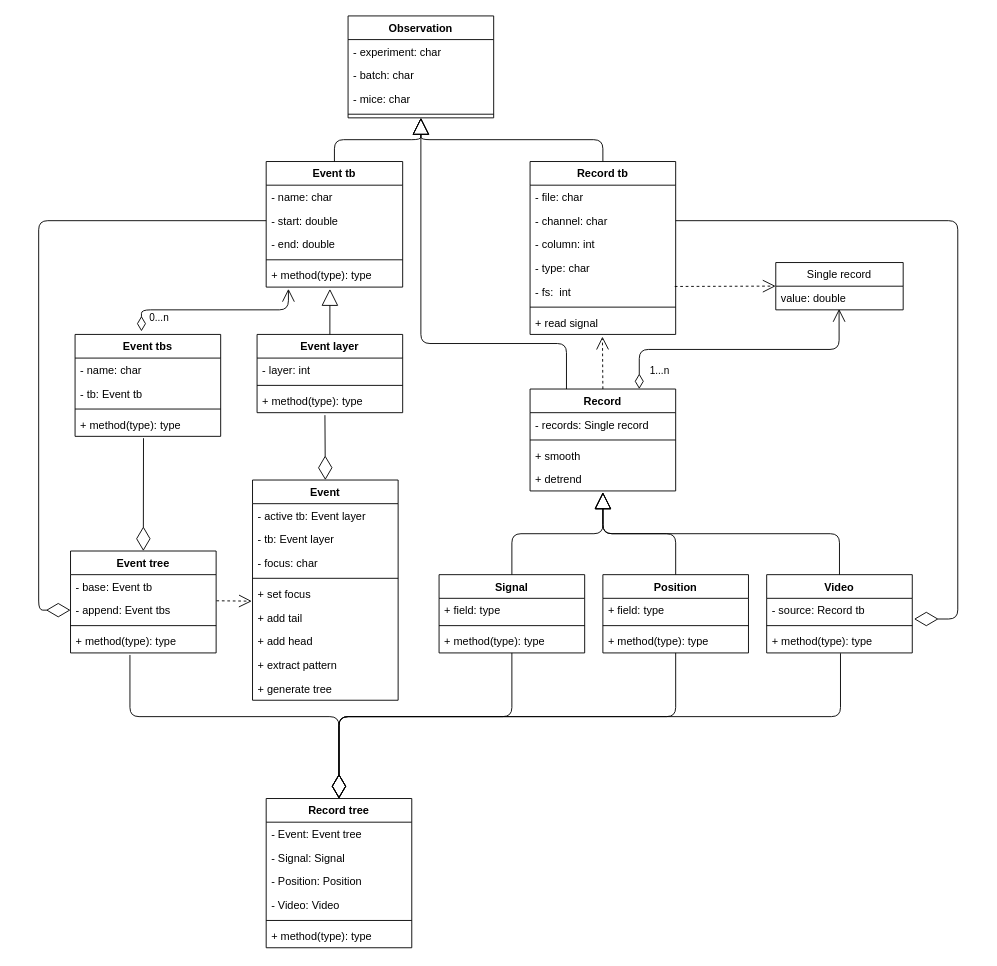
The draw.io diagram design/casignal2 Diagram.drawio in c57bl/caSignal2, before the edit. Source tidied: cells renumbered, new cells numbered last; positions are measured from the earlier drawing's top-left corner, leaving out a move shared by most shapes. Both pictures are drawn from the tidied source at 91%, with x=0, y=0 at pixel (38, 15).
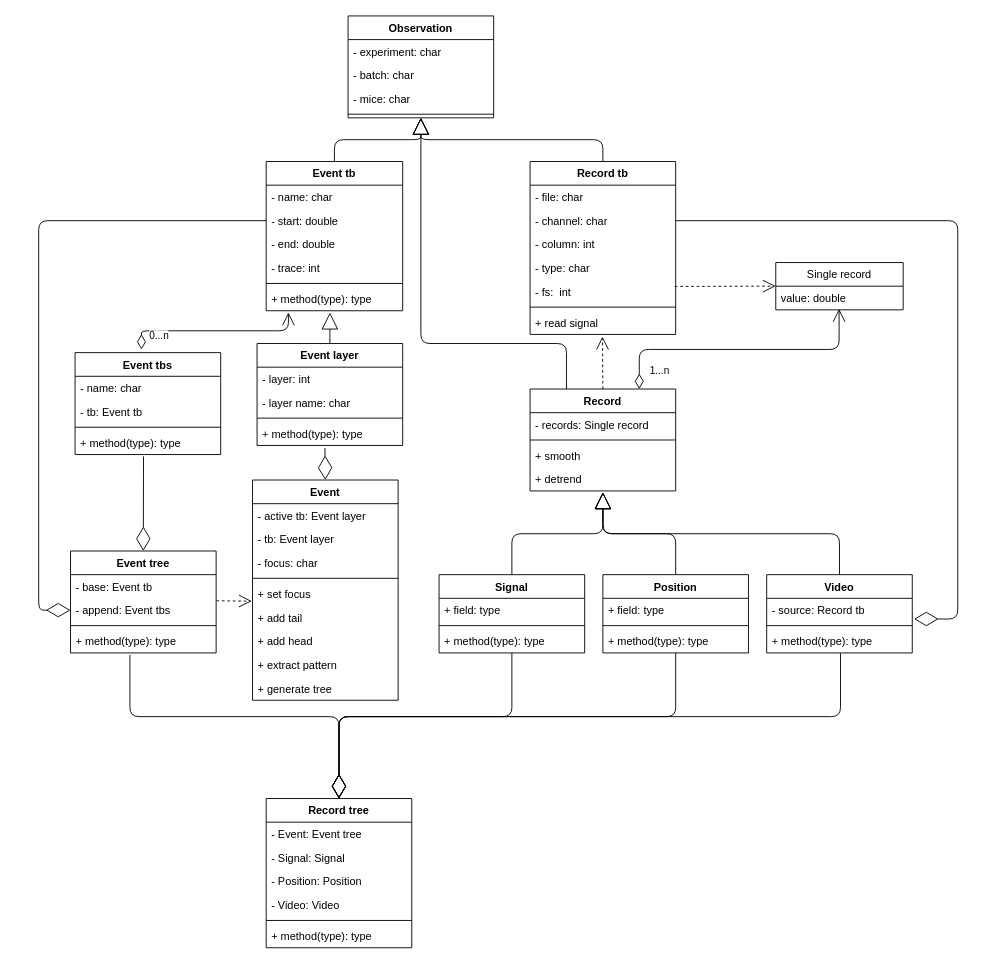
The same page after the edit.

The edit, as a diff of the source:
```diff
@@
     <mxCell id="7" value="Event tb" style="swimlane;fontStyle=1;align=center;verticalAlign=top;horizontal=1;startSize=26;" parent="1" vertex="1">
-      <mxGeometry x="250" y="160" width="150" height="138" as="geometry" />
+      <mxGeometry x="250" y="160" width="150" height="164" as="geometry" />
     </mxCell>
@@
+    <mxCell id="91" value="- trace: int" style="text;strokeColor=none;fillColor=none;align=left;verticalAlign=top;spacingLeft=4;spacingRight=4;overflow=hidden;" parent="7" vertex="1">
+      <mxGeometry y="104" width="150" height="26" as="geometry" />
+    </mxCell>
     <mxCell id="11" style="line;strokeWidth=1;fillColor=none;align=left;verticalAlign=middle;spacingTop=-1;spacingLeft=3;spacingRight=3;labelPosition=right;" parent="7" vertex="1">
-      <mxGeometry y="104" width="150" height="8" as="geometry" />
+      <mxGeometry y="130" width="150" height="8" as="geometry" />
     </mxCell>
     <mxCell id="12" value="+ method(type): type" style="text;strokeColor=none;fillColor=none;align=left;verticalAlign=top;spacingLeft=4;spacingRight=4;overflow=hidden;points=[[0,0.5],[1,0.5]];portConstraint=eastwest;" parent="7" vertex="1">
-      <mxGeometry y="112" width="150" height="26" as="geometry" />
+      <mxGeometry y="138" width="150" height="26" as="geometry" />
     </mxCell>
@@
     <mxCell id="64" value="Event layer" style="swimlane;fontStyle=1;align=center;verticalAlign=top;horizontal=1;startSize=26;" parent="1" vertex="1">
-      <mxGeometry x="240" y="350" width="160" height="86" as="geometry" />
+      <mxGeometry x="240" y="360" width="160" height="112" as="geometry" />
     </mxCell>
@@
+    <mxCell id="92" value="- layer name: char" style="text;strokeColor=none;fillColor=none;align=left;verticalAlign=top;spacingLeft=4;spacingRight=4;overflow=hidden;" parent="64" vertex="1">
+      <mxGeometry y="52" width="160" height="26" as="geometry" />
+    </mxCell>
     <mxCell id="66" style="line;strokeWidth=1;fillColor=none;align=left;verticalAlign=middle;spacingTop=-1;spacingLeft=3;spacingRight=3;labelPosition=right;" parent="64" vertex="1">
-      <mxGeometry y="52" width="160" height="8" as="geometry" />
+      <mxGeometry y="78" width="160" height="8" as="geometry" />
     </mxCell>
     <mxCell id="67" value="+ method(type): type" style="text;strokeColor=none;fillColor=none;align=left;verticalAlign=top;spacingLeft=4;spacingRight=4;overflow=hidden;points=[[0,0.5],[1,0.5]];portConstraint=eastwest;" parent="64" vertex="1">
-      <mxGeometry y="60" width="160" height="26" as="geometry" />
+      <mxGeometry y="86" width="160" height="26" as="geometry" />
     </mxCell>
@@
     <mxCell id="69" value="Event tbs" style="swimlane;fontStyle=1;align=center;verticalAlign=top;horizontal=1;startSize=26;" parent="1" vertex="1">
-      <mxGeometry x="40" y="350" width="160" height="112" as="geometry" />
+      <mxGeometry x="40" y="370" width="160" height="112" as="geometry" />
     </mxCell>
```
